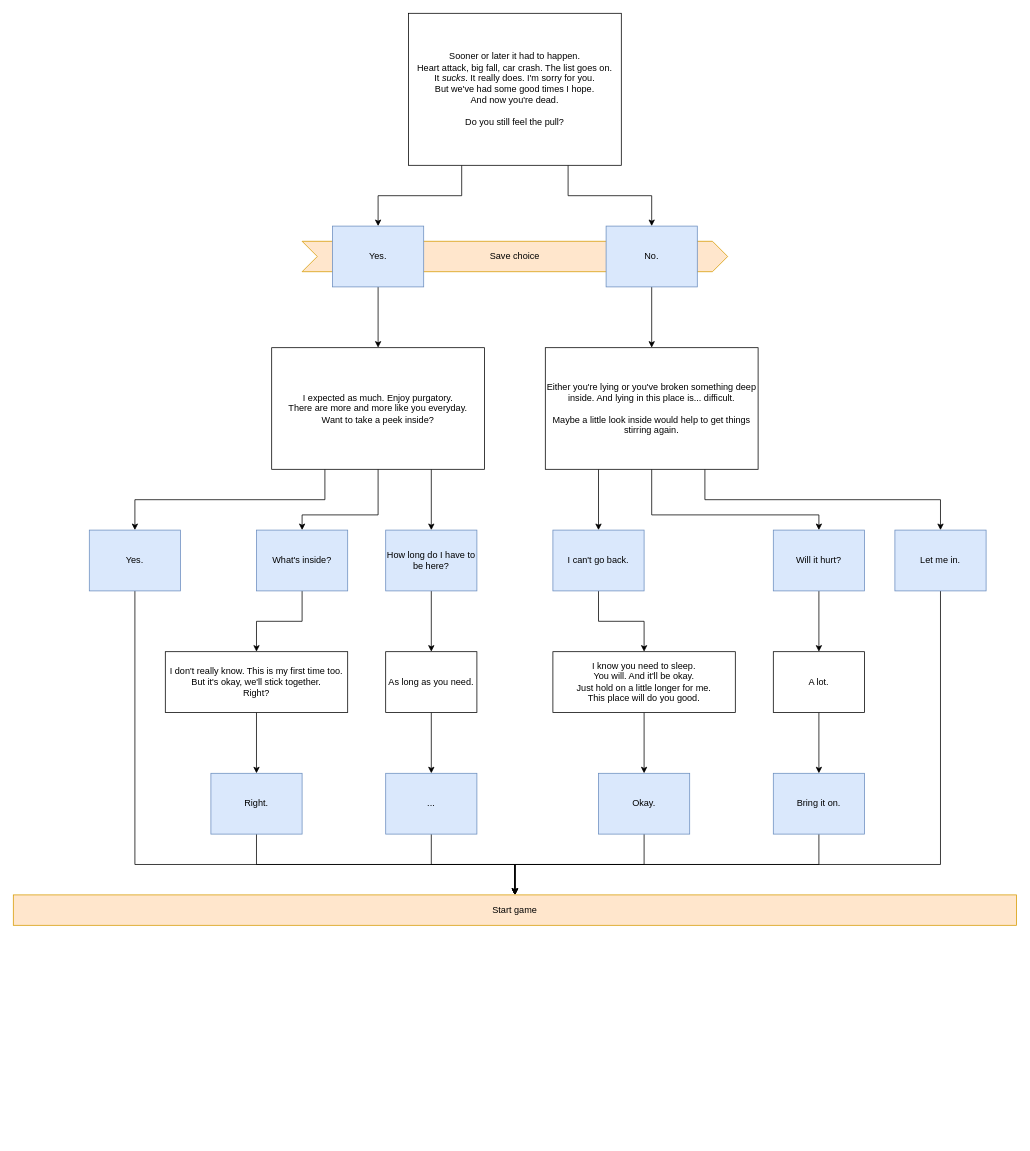
This is Assets/Conversations/Act I/ConversationA.drawio from Owmacohe/UNDERSCORE, a draw.io file, before an edit. Source tidied: cells renumbered, new cells numbered last; positions are measured from the earlier drawing's top-left corner, leaving out a move shared by most shapes. Both pictures are drawn from the tidied source at 76%, with x=0, y=0 at pixel (13, 13).
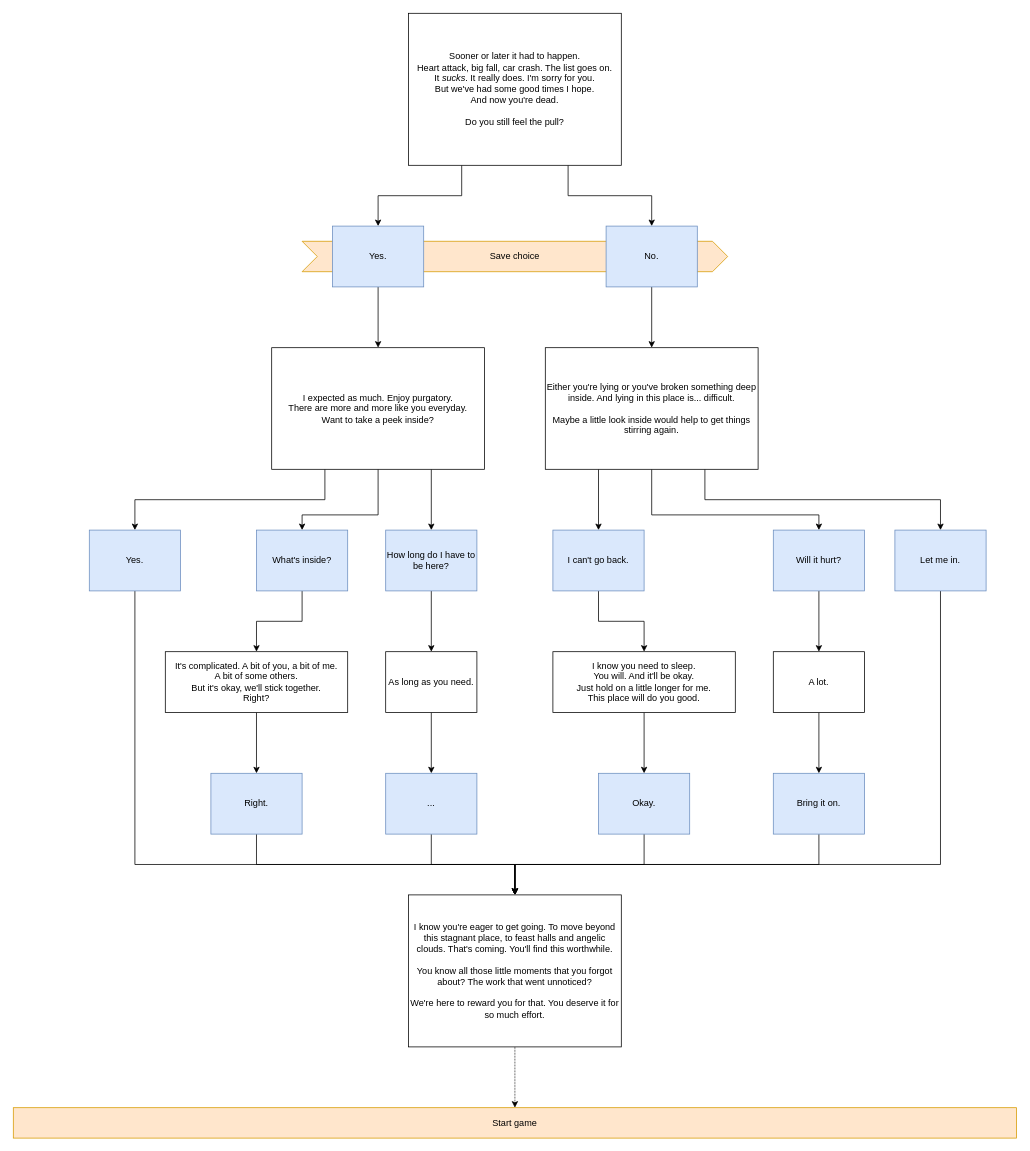
After the change.

The change refers to these unchanged cells:
```xml
<mxCell id="23" value="Yes." style="rounded=0;whiteSpace=wrap;html=1;fillColor=#dae8fc;strokeColor=#6c8ebf;" parent="1" vertex="1">
  <mxGeometry x="100" y="680" width="120" height="80" as="geometry" />
</mxCell>
<mxCell id="29" value="Let me in." style="rounded=0;whiteSpace=wrap;html=1;fillColor=#dae8fc;strokeColor=#6c8ebf;" parent="1" vertex="1">
  <mxGeometry x="1160" y="680" width="120" height="80" as="geometry" />
</mxCell>
<mxCell id="33" value="Right." style="rounded=0;whiteSpace=wrap;html=1;fillColor=#dae8fc;strokeColor=#6c8ebf;" parent="1" vertex="1">
  <mxGeometry x="260" y="1000" width="120" height="80" as="geometry" />
</mxCell>
<mxCell id="37" value="..." style="rounded=0;whiteSpace=wrap;html=1;fillColor=#dae8fc;strokeColor=#6c8ebf;" parent="1" vertex="1">
  <mxGeometry x="490" y="1000" width="120" height="80" as="geometry" />
</mxCell>
<mxCell id="41" value="Okay." style="rounded=0;whiteSpace=wrap;html=1;fillColor=#dae8fc;strokeColor=#6c8ebf;" parent="1" vertex="1">
  <mxGeometry x="770" y="1000" width="120" height="80" as="geometry" />
</mxCell>
<mxCell id="45" value="Bring it on." style="rounded=0;whiteSpace=wrap;html=1;fillColor=#dae8fc;strokeColor=#6c8ebf;" parent="1" vertex="1">
  <mxGeometry x="1000" y="1000" width="120" height="80" as="geometry" />
</mxCell>
```

Change to the diagram source:
```diff
@@
-    <mxCell id="22" style="edgeStyle=orthogonalEdgeStyle;rounded=0;jettySize=auto;html=1;exitX=0.5;exitY=1;exitDx=0;exitDy=0;entryX=0.5;entryY=0;entryDx=0;entryDy=0;" parent="1" edge="1" source="23" target="46">
-      <mxGeometry relative="1" as="geometry">
-        <Array as="points">
-          <mxPoint x="160" y="1120" />
-          <mxPoint x="660" y="1120" />
-        </Array>
-      </mxGeometry>
-    </mxCell>
+    <mxCell id="47" style="edgeStyle=orthogonalEdgeStyle;rounded=0;jettySize=auto;html=1;exitX=0.5;exitY=1;exitDx=0;exitDy=0;entryX=0.5;entryY=0;entryDx=0;entryDy=0;" parent="1" edge="1" source="23" target="54">
+      <mxGeometry relative="1" as="geometry">
+        <Array as="points">
+          <mxPoint x="160" y="1120" />
+          <mxPoint x="660" y="1120" />
+        </Array>
+      </mxGeometry>
+    </mxCell>
@@
-    <mxCell id="28" style="edgeStyle=orthogonalEdgeStyle;rounded=0;jettySize=auto;html=1;exitX=0.5;exitY=1;exitDx=0;exitDy=0;entryX=0.5;entryY=0;entryDx=0;entryDy=0;" parent="1" edge="1" source="29" target="46">
-      <mxGeometry relative="1" as="geometry">
-        <Array as="points">
-          <mxPoint x="1220" y="1120" />
-          <mxPoint x="660" y="1120" />
-        </Array>
-      </mxGeometry>
-    </mxCell>
+    <mxCell id="48" style="edgeStyle=orthogonalEdgeStyle;rounded=0;jettySize=auto;html=1;exitX=0.5;exitY=1;exitDx=0;exitDy=0;entryX=0.5;entryY=0;entryDx=0;entryDy=0;" parent="1" edge="1" source="29" target="54">
+      <mxGeometry relative="1" as="geometry">
+        <Array as="points">
+          <mxPoint x="1220" y="1120" />
+          <mxPoint x="660" y="1120" />
+        </Array>
+      </mxGeometry>
+    </mxCell>
@@
-    <mxCell id="31" value="I don't really know. This is my first time too.&lt;br&gt;But it's okay, we'll stick together.&lt;br&gt;Right?" style="rounded=0;whiteSpace=wrap;html=1;" parent="1" vertex="1">
+    <mxCell id="31" value="It's complicated. A bit of you, a bit of me.&lt;br&gt;A bit of some others.&lt;br&gt;But it's okay, we'll stick together.&lt;br&gt;Right?" style="rounded=0;whiteSpace=wrap;html=1;" parent="1" vertex="1">
       <mxGeometry x="200" y="840" width="240" height="80" as="geometry" />
     </mxCell>
-    <mxCell id="32" style="edgeStyle=orthogonalEdgeStyle;rounded=0;jettySize=auto;html=1;exitX=0.5;exitY=1;exitDx=0;exitDy=0;entryX=0.5;entryY=0;entryDx=0;entryDy=0;" parent="1" edge="1" source="33" target="46">
-      <mxGeometry relative="1" as="geometry" />
-    </mxCell>
+    <mxCell id="49" style="edgeStyle=orthogonalEdgeStyle;rounded=0;jettySize=auto;html=1;exitX=0.5;exitY=1;exitDx=0;exitDy=0;entryX=0.5;entryY=0;entryDx=0;entryDy=0;" parent="1" edge="1" source="33" target="54">
+      <mxGeometry relative="1" as="geometry" />
+    </mxCell>
@@
-    <mxCell id="36" style="edgeStyle=orthogonalEdgeStyle;rounded=0;jettySize=auto;html=1;exitX=0.5;exitY=1;exitDx=0;exitDy=0;entryX=0.5;entryY=0;entryDx=0;entryDy=0;" parent="1" edge="1" source="37" target="46">
-      <mxGeometry relative="1" as="geometry" />
-    </mxCell>
+    <mxCell id="50" style="edgeStyle=orthogonalEdgeStyle;rounded=0;jettySize=auto;html=1;exitX=0.5;exitY=1;exitDx=0;exitDy=0;entryX=0.5;entryY=0;entryDx=0;entryDy=0;" parent="1" edge="1" source="37" target="54">
+      <mxGeometry relative="1" as="geometry" />
+    </mxCell>
@@
-    <mxCell id="40" style="edgeStyle=orthogonalEdgeStyle;rounded=0;jettySize=auto;html=1;exitX=0.5;exitY=1;exitDx=0;exitDy=0;entryX=0.5;entryY=0;entryDx=0;entryDy=0;" parent="1" edge="1" source="41" target="46">
-      <mxGeometry relative="1" as="geometry" />
-    </mxCell>
+    <mxCell id="51" style="edgeStyle=orthogonalEdgeStyle;rounded=0;jettySize=auto;html=1;exitX=0.5;exitY=1;exitDx=0;exitDy=0;entryX=0.5;entryY=0;entryDx=0;entryDy=0;" parent="1" edge="1" source="41" target="54">
+      <mxGeometry relative="1" as="geometry" />
+    </mxCell>
@@
-    <mxCell id="44" style="edgeStyle=orthogonalEdgeStyle;rounded=0;jettySize=auto;html=1;exitX=0.5;exitY=1;exitDx=0;exitDy=0;entryX=0.5;entryY=0;entryDx=0;entryDy=0;" parent="1" edge="1" source="45" target="46">
-      <mxGeometry relative="1" as="geometry" />
-    </mxCell>
+    <mxCell id="52" style="edgeStyle=orthogonalEdgeStyle;rounded=0;jettySize=auto;html=1;exitX=0.5;exitY=1;exitDx=0;exitDy=0;entryX=0.5;entryY=0;entryDx=0;entryDy=0;" parent="1" edge="1" source="45" target="54">
+      <mxGeometry relative="1" as="geometry" />
+    </mxCell>
@@
     <mxCell id="46" value="Start game" style="rounded=0;whiteSpace=wrap;html=1;fillColor=#ffe6cc;strokeColor=#d79b00;" parent="1" vertex="1">
-      <mxGeometry y="1160" width="1320" height="40" as="geometry" />
+      <mxGeometry y="1440" width="1320" height="40" as="geometry" />
     </mxCell>
+    <mxCell id="53" style="edgeStyle=orthogonalEdgeStyle;rounded=0;jettySize=auto;html=1;exitX=0.5;exitY=1;exitDx=0;exitDy=0;entryX=0.5;entryY=0;entryDx=0;entryDy=0;dashed=1;dashPattern=1 1;" parent="1" edge="1" source="54" target="46">
+      <mxGeometry relative="1" as="geometry" />
+    </mxCell>
+    <mxCell id="54" value="I know you're eager to get going. To move beyond this stagnant place, to feast halls and angelic clouds. That's coming. You'll find this worthwhile.&lt;br&gt;&lt;br&gt;You know all those little moments that you forgot about? The work that went unnoticed?&lt;br&gt;&lt;br&gt;We're here to reward you for that. You deserve it for so much effort." style="rounded=0;whiteSpace=wrap;html=1;" parent="1" vertex="1">
+      <mxGeometry x="520" y="1160" width="280" height="200" as="geometry" />
+    </mxCell>
```
